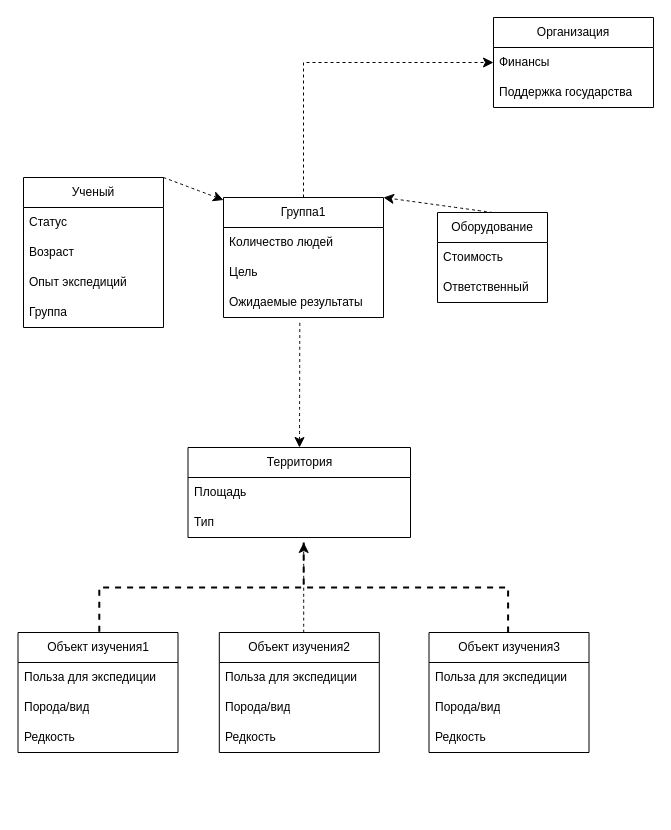
Before: Инфоргафика/ЛАБА БД.drawio in ckek4095/DBLab1, a draw.io diagram. Source tidied: cells renumbered, new cells numbered last; positions are measured from the earlier drawing's top-left corner, leaving out a move shared by most shapes. Both pictures are drawn from the tidied source at 100%, with x=0, y=0 at pixel (17, 17).
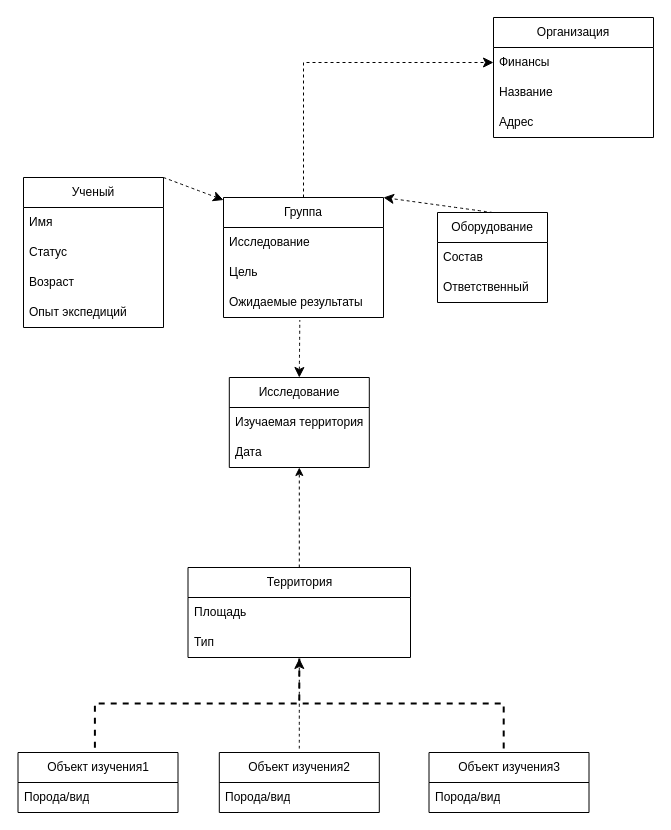
The same page after the edit.

The change refers to these unchanged cells:
```xml
<mxCell id="9" value="Ожидаемые результаты" style="text;strokeColor=none;fillColor=none;align=left;verticalAlign=middle;spacingLeft=4;spacingRight=4;overflow=hidden;points=[[0,0.5],[1,0.5]];portConstraint=eastwest;whiteSpace=wrap;html=1;" parent="6" vertex="1">
  <mxGeometry y="90" width="160" height="30" as="geometry" />
</mxCell>
<mxCell id="10" value="&lt;div&gt;Ученый&lt;/div&gt;" style="swimlane;fontStyle=0;horizontal=1;startSize=30;whiteSpace=wrap;html=1;" parent="1" vertex="1">
  <mxGeometry x="6" y="160" width="140" height="150" as="geometry" />
</mxCell>
<mxCell id="32" value="Оборудование" style="swimlane;fontStyle=0;horizontal=1;startSize=30;whiteSpace=wrap;html=1;" parent="1" vertex="1">
  <mxGeometry x="420" y="195" width="110" height="90" as="geometry" />
</mxCell>
```

The edit, as a diff of the source:
```diff
@@
     <mxCell id="2" value="Организация" style="swimlane;fontStyle=0;horizontal=1;startSize=30;whiteSpace=wrap;html=1;" parent="1" vertex="1">
-      <mxGeometry x="476" width="160" height="90" as="geometry" />
+      <mxGeometry x="476" width="160" height="120" as="geometry" />
     </mxCell>
@@
-    <mxCell id="4" value="Поддержка государства" style="text;strokeColor=none;fillColor=none;align=left;verticalAlign=middle;spacingLeft=4;spacingRight=4;overflow=hidden;whiteSpace=wrap;html=1;" parent="2" vertex="1">
+    <mxCell id="4" value="&lt;div&gt;Название&lt;/div&gt;" style="text;strokeColor=none;fillColor=none;align=left;verticalAlign=middle;spacingLeft=4;spacingRight=4;overflow=hidden;whiteSpace=wrap;html=1;" parent="2" vertex="1">
       <mxGeometry y="60" width="160" height="30" as="geometry" />
     </mxCell>
+    <mxCell id="38" value="&lt;div&gt;Адрес&lt;/div&gt;" style="text;strokeColor=none;fillColor=none;align=left;verticalAlign=middle;spacingLeft=4;spacingRight=4;overflow=hidden;whiteSpace=wrap;html=1;" parent="2" vertex="1">
+      <mxGeometry y="90" width="160" height="30" as="geometry" />
+    </mxCell>
@@
-    <mxCell id="6" value="Группа1" style="swimlane;fontStyle=0;horizontal=1;startSize=30;whiteSpace=wrap;html=1;" parent="1" vertex="1">
+    <mxCell id="6" value="Группа" style="swimlane;fontStyle=0;horizontal=1;startSize=30;whiteSpace=wrap;html=1;" parent="1" vertex="1">
       <mxGeometry x="206" y="180" width="160" height="120" as="geometry" />
     </mxCell>
-    <mxCell id="7" value="Количество людей" style="text;strokeColor=none;fillColor=none;align=left;verticalAlign=middle;spacingLeft=4;spacingRight=4;overflow=hidden;whiteSpace=wrap;html=1;" parent="6" vertex="1">
+    <mxCell id="7" value="Исследование" style="text;strokeColor=none;fillColor=none;align=left;verticalAlign=middle;spacingLeft=4;spacingRight=4;overflow=hidden;whiteSpace=wrap;html=1;" parent="6" vertex="1">
       <mxGeometry y="30" width="160" height="30" as="geometry" />
     </mxCell>
@@
+    <mxCell id="14" value="Имя" style="text;strokeColor=none;fillColor=none;align=left;verticalAlign=middle;spacingLeft=4;spacingRight=4;overflow=hidden;whiteSpace=wrap;html=1;" parent="10" vertex="1">
+      <mxGeometry y="30" width="140" height="30" as="geometry" />
+    </mxCell>
     <mxCell id="11" value="Статус" style="text;strokeColor=none;fillColor=none;align=left;verticalAlign=middle;spacingLeft=4;spacingRight=4;overflow=hidden;whiteSpace=wrap;html=1;" parent="10" vertex="1">
-      <mxGeometry y="30" width="140" height="30" as="geometry" />
+      <mxGeometry y="60" width="140" height="30" as="geometry" />
     </mxCell>
     <mxCell id="12" value="&lt;div&gt;Возраст&lt;/div&gt;" style="text;strokeColor=none;fillColor=none;align=left;verticalAlign=middle;spacingLeft=4;spacingRight=4;overflow=hidden;whiteSpace=wrap;html=1;" parent="10" vertex="1">
-      <mxGeometry y="60" width="140" height="30" as="geometry" />
+      <mxGeometry y="90" width="140" height="30" as="geometry" />
     </mxCell>
     <mxCell id="13" value="Опыт экспедиций" style="text;strokeColor=none;fillColor=none;align=left;verticalAlign=middle;spacingLeft=4;spacingRight=4;overflow=hidden;whiteSpace=wrap;html=1;" parent="10" vertex="1">
-      <mxGeometry y="90" width="140" height="30" as="geometry" />
+      <mxGeometry y="120" width="140" height="30" as="geometry" />
     </mxCell>
-    <mxCell id="14" value="&lt;div&gt;Группа&lt;/div&gt;" style="text;strokeColor=none;fillColor=none;align=left;verticalAlign=middle;spacingLeft=4;spacingRight=4;overflow=hidden;whiteSpace=wrap;html=1;" parent="10" vertex="1">
-      <mxGeometry y="120" width="140" height="30" as="geometry" />
-    </mxCell>
+    <mxCell id="39" style="edgeStyle=orthogonalEdgeStyle;rounded=0;jettySize=auto;html=1;dashed=1;" parent="1" edge="1" source="15" target="40">
+      <mxGeometry relative="1" as="geometry" />
+    </mxCell>
     <mxCell id="15" value="Территория" style="swimlane;fontStyle=0;horizontal=1;startSize=30;whiteSpace=wrap;html=1;" parent="1" vertex="1">
-      <mxGeometry x="170.5" y="430" width="222.5" height="90" as="geometry" />
+      <mxGeometry x="170.5" y="550" width="222.5" height="90" as="geometry" />
     </mxCell>
@@
     <mxCell id="18" value="Объект изучения1" style="swimlane;fontStyle=0;horizontal=1;startSize=30;whiteSpace=wrap;html=1;" parent="1" vertex="1">
-      <mxGeometry x="0.5" y="615" width="160" height="120" as="geometry" />
+      <mxGeometry x="0.5" y="735" width="160" height="60" as="geometry" />
     </mxCell>
-    <mxCell id="19" value="Польза для экспедиции" style="text;strokeColor=none;fillColor=none;align=left;verticalAlign=middle;spacingLeft=4;spacingRight=4;overflow=hidden;whiteSpace=wrap;html=1;" parent="18" vertex="1">
-      <mxGeometry y="30" width="160" height="30" as="geometry" />
-    </mxCell>
     <mxCell id="20" value="Порода/вид" style="text;strokeColor=none;fillColor=none;align=left;verticalAlign=middle;spacingLeft=4;spacingRight=4;overflow=hidden;whiteSpace=wrap;html=1;" parent="18" vertex="1">
-      <mxGeometry y="60" width="160" height="30" as="geometry" />
+      <mxGeometry y="30" width="160" height="30" as="geometry" />
     </mxCell>
-    <mxCell id="21" value="Редкость" style="text;strokeColor=none;fillColor=none;align=left;verticalAlign=middle;spacingLeft=4;spacingRight=4;overflow=hidden;whiteSpace=wrap;html=1;" parent="18" vertex="1">
-      <mxGeometry y="90" width="160" height="30" as="geometry" />
-    </mxCell>
     <mxCell id="22" value="Объект изучения2" style="swimlane;fontStyle=0;horizontal=1;startSize=30;whiteSpace=wrap;html=1;" parent="1" vertex="1">
-      <mxGeometry x="201.8" y="615" width="160" height="120" as="geometry" />
+      <mxGeometry x="201.8" y="735" width="160" height="60" as="geometry" />
     </mxCell>
-    <mxCell id="23" value="Польза для экспедиции" style="text;strokeColor=none;fillColor=none;align=left;verticalAlign=middle;spacingLeft=4;spacingRight=4;overflow=hidden;whiteSpace=wrap;html=1;" parent="22" vertex="1">
-      <mxGeometry y="30" width="160" height="30" as="geometry" />
-    </mxCell>
     <mxCell id="24" value="Порода/вид" style="text;strokeColor=none;fillColor=none;align=left;verticalAlign=middle;spacingLeft=4;spacingRight=4;overflow=hidden;whiteSpace=wrap;html=1;" parent="22" vertex="1">
-      <mxGeometry y="60" width="160" height="30" as="geometry" />
+      <mxGeometry y="30" width="160" height="30" as="geometry" />
     </mxCell>
-    <mxCell id="25" value="Редкость" style="text;strokeColor=none;fillColor=none;align=left;verticalAlign=middle;spacingLeft=4;spacingRight=4;overflow=hidden;whiteSpace=wrap;html=1;" parent="22" vertex="1">
-      <mxGeometry y="90" width="160" height="30" as="geometry" />
-    </mxCell>
     <mxCell id="26" value="Объект изучения3" style="swimlane;fontStyle=0;horizontal=1;startSize=30;whiteSpace=wrap;html=1;" parent="1" vertex="1">
-      <mxGeometry x="411.5" y="615" width="160" height="120" as="geometry" />
+      <mxGeometry x="411.5" y="735" width="160" height="60" as="geometry" />
     </mxCell>
-    <mxCell id="27" value="Польза для экспедиции" style="text;strokeColor=none;fillColor=none;align=left;verticalAlign=middle;spacingLeft=4;spacingRight=4;overflow=hidden;whiteSpace=wrap;html=1;" parent="26" vertex="1">
-      <mxGeometry y="30" width="160" height="30" as="geometry" />
-    </mxCell>
     <mxCell id="28" value="Порода/вид" style="text;strokeColor=none;fillColor=none;align=left;verticalAlign=middle;spacingLeft=4;spacingRight=4;overflow=hidden;whiteSpace=wrap;html=1;" parent="26" vertex="1">
-      <mxGeometry y="60" width="160" height="30" as="geometry" />
+      <mxGeometry y="30" width="160" height="30" as="geometry" />
     </mxCell>
-    <mxCell id="29" value="Редкость" style="text;strokeColor=none;fillColor=none;align=left;verticalAlign=middle;spacingLeft=4;spacingRight=4;overflow=hidden;whiteSpace=wrap;html=1;" parent="26" vertex="1">
-      <mxGeometry y="90" width="160" height="30" as="geometry" />
-    </mxCell>
     <mxCell id="30" style="strokeWidth=2;html=1;shape=mxgraph.flowchart.annotation_2;align=left;labelPosition=right;direction=south;dashed=1;" parent="1" vertex="1">
-      <mxGeometry x="81.8" y="525" width="408.8" height="90" as="geometry" />
+      <mxGeometry x="77.4" y="641" width="408.8" height="90" as="geometry" />
     </mxCell>
@@
-    <mxCell id="33" value="Стоимость" style="text;strokeColor=none;fillColor=none;align=left;verticalAlign=middle;spacingLeft=4;spacingRight=4;overflow=hidden;whiteSpace=wrap;html=1;" parent="32" vertex="1">
+    <mxCell id="33" value="Состав" style="text;strokeColor=none;fillColor=none;align=left;verticalAlign=middle;spacingLeft=4;spacingRight=4;overflow=hidden;whiteSpace=wrap;html=1;" parent="32" vertex="1">
       <mxGeometry y="30" width="110" height="30" as="geometry" />
     </mxCell>
@@
-    <mxCell id="36" style="endArrow=none;startArrow=classic;html=1;rounded=0;fontSize=12;startSize=8;endSize=8;curved=1;entryX=0.477;entryY=1.083;entryDx=0;entryDy=0;entryPerimeter=0;dashed=1;endFill=0;" parent="1" edge="1" target="9">
-      <mxGeometry relative="1" as="geometry">
-        <mxPoint x="282" y="430" as="sourcePoint" />
-      </mxGeometry>
+    <mxCell id="36" style="endArrow=none;startArrow=classic;html=1;rounded=0;fontSize=12;startSize=8;endSize=8;curved=1;entryX=0.477;entryY=1.083;entryDx=0;entryDy=0;entryPerimeter=0;dashed=1;endFill=0;exitX=0.5;exitY=0;exitDx=0;exitDy=0;" parent="1" edge="1" source="40" target="9">
+      <mxGeometry relative="1" as="geometry" />
     </mxCell>
@@
+    <mxCell id="40" value="Исследование" style="swimlane;fontStyle=0;horizontal=1;startSize=30;whiteSpace=wrap;html=1;" parent="1" vertex="1">
+      <mxGeometry x="211.8" y="360" width="140" height="90" as="geometry" />
+    </mxCell>
+    <mxCell id="41" value="Изучаемая территория" style="text;strokeColor=none;fillColor=none;align=left;verticalAlign=middle;spacingLeft=4;spacingRight=4;overflow=hidden;whiteSpace=wrap;html=1;" parent="40" vertex="1">
+      <mxGeometry y="30" width="140" height="30" as="geometry" />
+    </mxCell>
+    <mxCell id="42" value="Дата" style="text;strokeColor=none;fillColor=none;align=left;verticalAlign=middle;spacingLeft=4;spacingRight=4;overflow=hidden;whiteSpace=wrap;html=1;" parent="40" vertex="1">
+      <mxGeometry y="60" width="140" height="30" as="geometry" />
+    </mxCell>
```
